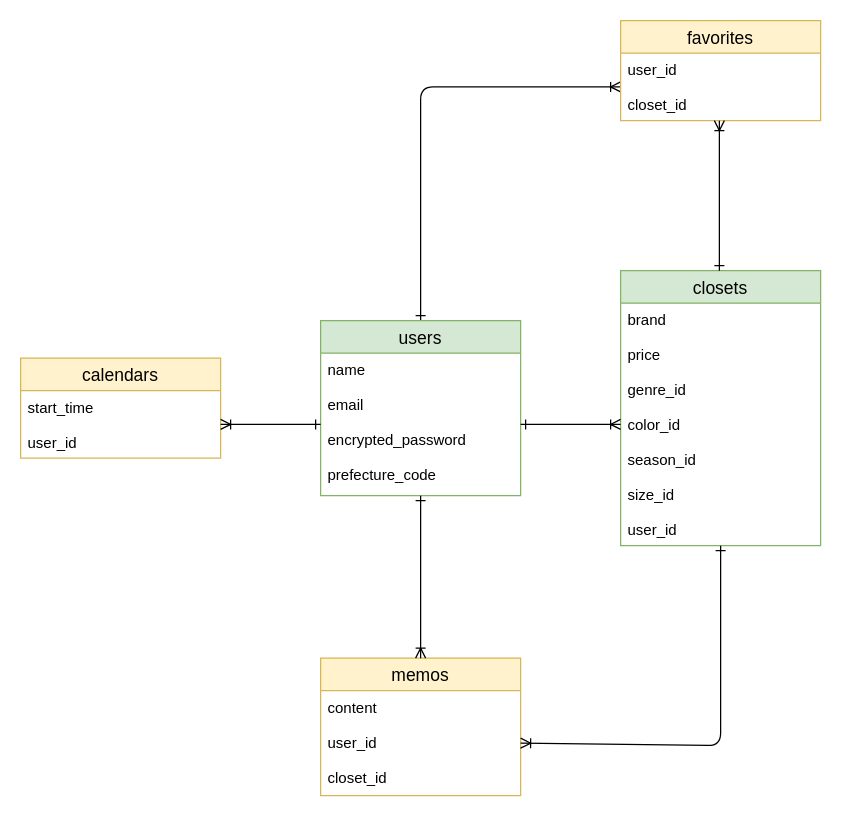
Tsukumo290/app-38322 keeps this draw.io diagram as ER.dio. Above is the earlier version. Source tidied: cells renumbered, new cells numbered last; positions are measured from the earlier drawing's top-left corner, leaving out a move shared by most shapes. Both pictures are drawn from the tidied source at 125%, with x=0, y=0 at pixel (20, 20).
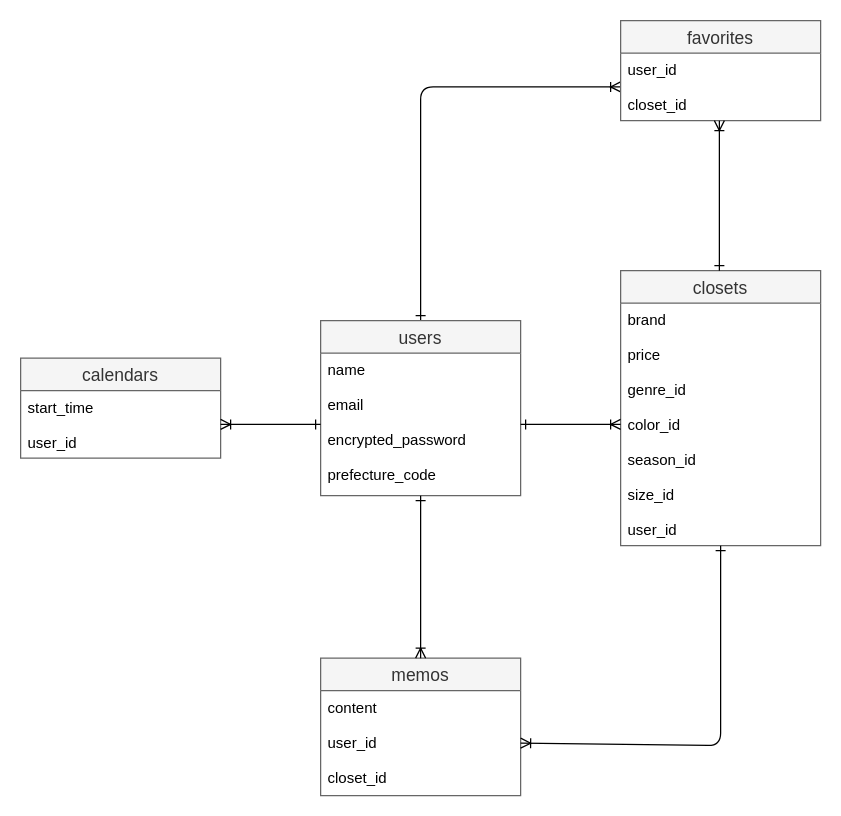
After the change.

Diff of the diagram source:
```diff
@@
-    <mxCell id="3" value="users" style="swimlane;fontStyle=0;horizontal=1;startSize=26;align=center;fontSize=14;fillColor=#d5e8d4;strokeColor=#82b366;" parent="1" vertex="1">
+    <mxCell id="3" value="users" style="swimlane;fontStyle=0;horizontal=1;startSize=26;align=center;fontSize=14;fillColor=#f5f5f5;fontColor=#333333;strokeColor=#666666;" parent="1" vertex="1">
       <mxGeometry x="240" y="240" width="160" height="140" as="geometry" />
     </mxCell>
@@
-    <mxCell id="5" value="closets" style="swimlane;fontStyle=0;horizontal=1;startSize=26;align=center;fontSize=14;fillColor=#d5e8d4;strokeColor=#82b366;" parent="1" vertex="1">
+    <mxCell id="5" value="closets" style="swimlane;fontStyle=0;horizontal=1;startSize=26;align=center;fontSize=14;fillColor=#f5f5f5;strokeColor=#666666;fontColor=#333333;" parent="1" vertex="1">
       <mxGeometry x="480" y="200" width="160" height="220" as="geometry" />
     </mxCell>
@@
-    <mxCell id="8" value="memos" style="swimlane;fontStyle=0;horizontal=1;startSize=26;align=center;fontSize=14;fillColor=#fff2cc;strokeColor=#d6b656;" parent="1" vertex="1">
+    <mxCell id="8" value="memos" style="swimlane;fontStyle=0;horizontal=1;startSize=26;align=center;fontSize=14;fillColor=#f5f5f5;strokeColor=#666666;fontColor=#333333;" parent="1" vertex="1">
       <mxGeometry x="240" y="510" width="160" height="110" as="geometry" />
     </mxCell>
@@
-    <mxCell id="12" value="favorites" style="swimlane;fontStyle=0;horizontal=1;startSize=26;align=center;fontSize=14;fillColor=#fff2cc;strokeColor=#d6b656;swimlaneFillColor=none;" parent="1" vertex="1">
+    <mxCell id="12" value="favorites" style="swimlane;fontStyle=0;horizontal=1;startSize=26;align=center;fontSize=14;fillColor=#f5f5f5;strokeColor=#666666;swimlaneFillColor=none;fontColor=#333333;" parent="1" vertex="1">
       <mxGeometry x="480" width="160" height="80" as="geometry" />
     </mxCell>
@@
-    <mxCell id="15" value="calendars" style="swimlane;fontStyle=0;horizontal=1;startSize=26;align=center;fontSize=14;fillColor=#fff2cc;strokeColor=#d6b656;" parent="1" vertex="1">
+    <mxCell id="15" value="calendars" style="swimlane;fontStyle=0;horizontal=1;startSize=26;align=center;fontSize=14;fillColor=#f5f5f5;strokeColor=#666666;fontColor=#333333;" parent="1" vertex="1">
       <mxGeometry y="270" width="160" height="80" as="geometry" />
     </mxCell>
```
